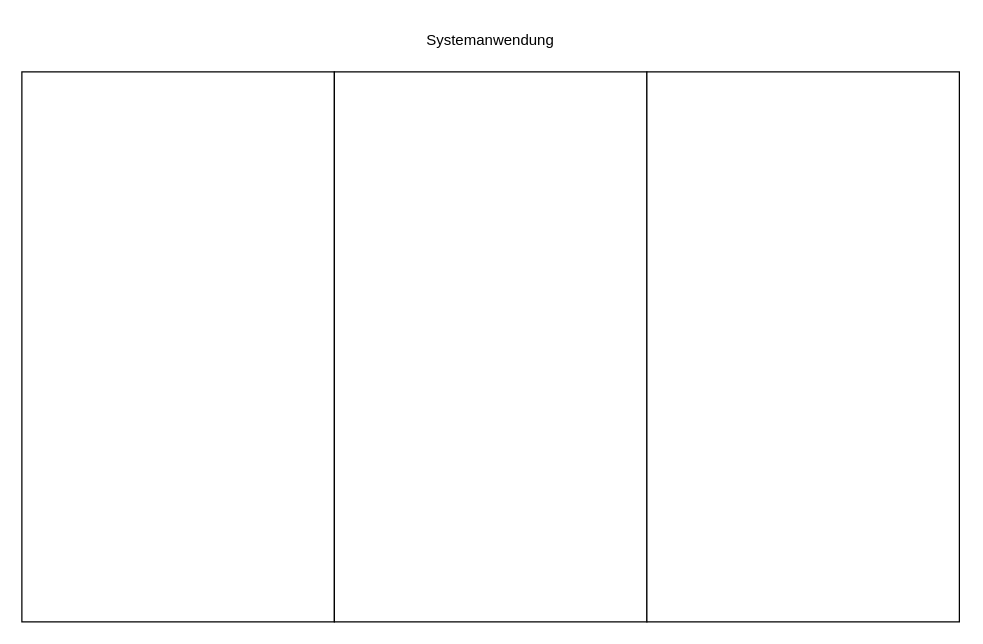
This is Dokumentation/Vorlage.drawio from CoffeeAddict987/Technik_Blog, a draw.io file, before an edit. Source tidied: cells renumbered, new cells numbered last; positions are measured from the earlier drawing's top-left corner, leaving out a move shared by most shapes. Both pictures are drawn from the tidied source at 125%, with x=0, y=0 at pixel (21, 21).
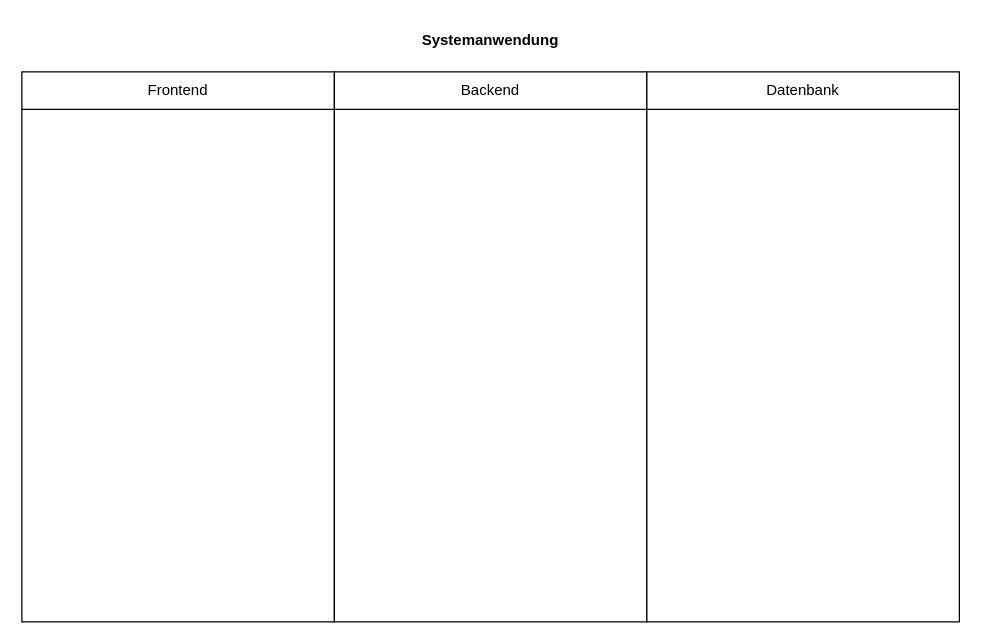
Above is the later version.

Change to the diagram source:
```diff
@@
 <mxGraphModel>
   <root>
     <mxCell id="0" />
     <mxCell id="1" parent="0" />
-    <mxCell id="2" value="Systemanwendung" style="text;html=1;strokeColor=none;fillColor=none;align=center;verticalAlign=middle;whiteSpace=wrap;rounded=0;" parent="1" vertex="1">
+    <mxCell id="2" value="Systemanwendung" style="text;html=1;strokeColor=none;fillColor=none;align=center;verticalAlign=middle;whiteSpace=wrap;rounded=0;fontStyle=1;" parent="1" vertex="1">
       <mxGeometry x="313" width="124" height="30" as="geometry" />
     </mxCell>
-    <mxCell id="3" style="rounded=0;whiteSpace=wrap;html=1;" parent="1" vertex="1">
+    <mxCell id="3" style="rounded=0;whiteSpace=wrap;html=1;labelPosition=center;verticalLabelPosition=top;align=center;verticalAlign=bottom;spacingTop=0;" parent="1" vertex="1">
       <mxGeometry y="40" width="250" height="440" as="geometry" />
     </mxCell>
     <mxCell id="4" style="rounded=0;whiteSpace=wrap;html=1;" parent="1" vertex="1">
       <mxGeometry x="250" y="40" width="250" height="440" as="geometry" />
     </mxCell>
     <mxCell id="5" style="rounded=0;whiteSpace=wrap;html=1;" parent="1" vertex="1">
       <mxGeometry x="500" y="40" width="250" height="440" as="geometry" />
     </mxCell>
+    <mxCell id="6" value="Frontend" style="text;html=1;strokeColor=none;fillColor=none;align=center;verticalAlign=middle;whiteSpace=wrap;rounded=0;" parent="1" vertex="1">
+      <mxGeometry x="95" y="40" width="60" height="30" as="geometry" />
+    </mxCell>
+    <mxCell id="7" value="Datenbank" style="text;html=1;strokeColor=none;fillColor=none;align=center;verticalAlign=middle;whiteSpace=wrap;rounded=0;" parent="1" vertex="1">
+      <mxGeometry x="595" y="40" width="60" height="30" as="geometry" />
+    </mxCell>
+    <mxCell id="8" value="Backend" style="text;html=1;strokeColor=none;fillColor=none;align=center;verticalAlign=middle;whiteSpace=wrap;rounded=0;" parent="1" vertex="1">
+      <mxGeometry x="345" y="40" width="60" height="30" as="geometry" />
+    </mxCell>
+    <mxCell id="9" style="endArrow=none;html=1;rounded=0;" parent="1" edge="1">
+      <mxGeometry relative="1" as="geometry">
+        <mxPoint y="70" as="sourcePoint" />
+        <mxPoint x="750" y="70" as="targetPoint" />
+      </mxGeometry>
+    </mxCell>
   </root>
 </mxGraphModel>
```
